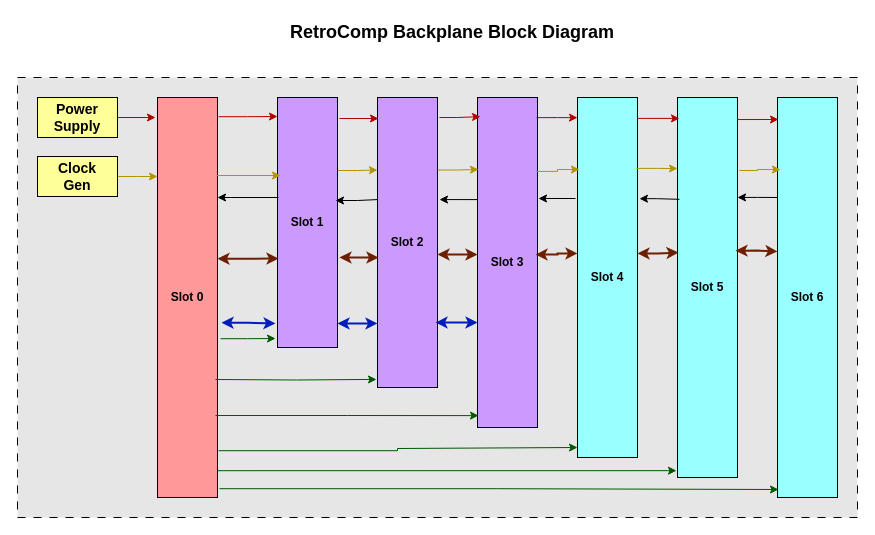
Before: docs/RetroComp-Backplane-Block-Diagram.drawio in dervish77/RetroComp, a draw.io diagram. Source tidied: cells renumbered, new cells numbered last; positions are measured from the earlier drawing's top-left corner, leaving out a move shared by most shapes. Both pictures are drawn from the tidied source at 100%, with x=0, y=0 at pixel (17, 17).
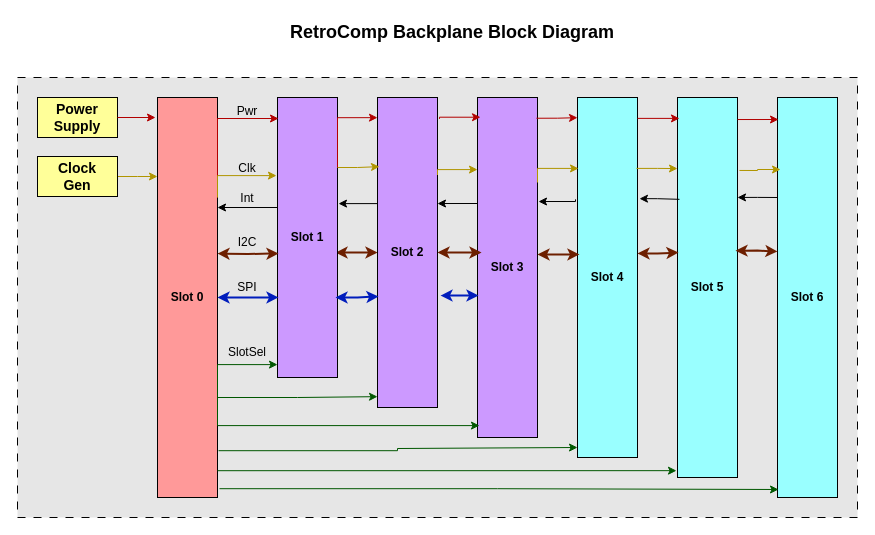
After the change.

Commit message (it also covers changes not shown here):
clean up of backplane diagram

The change refers to these unchanged cells:
```xml
<mxCell id="3" value="&lt;b&gt;Slot 0&lt;/b&gt;" style="rounded=0;whiteSpace=wrap;html=1;fillColor=#FF9999;" parent="1" vertex="1">
  <mxGeometry x="140" y="80" width="60" height="400" as="geometry" />
</mxCell>
<mxCell id="9" value="&lt;b&gt;Slot 4&lt;/b&gt;" style="rounded=0;whiteSpace=wrap;html=1;fillColor=#99FFFF;" parent="1" vertex="1">
  <mxGeometry x="560" y="80" width="60" height="360" as="geometry" />
</mxCell>
```

What changed in the source:
```diff
@@
-    <mxCell id="5" style="edgeStyle=orthogonalEdgeStyle;rounded=0;jettySize=auto;html=1;exitX=1;exitY=0.292;exitDx=0;exitDy=0;entryX=0;entryY=0.25;entryDx=0;entryDy=0;exitPerimeter=0;fillColor=#e3c800;strokeColor=#B09500;" parent="1" edge="1" source="6" target="7">
-      <mxGeometry relative="1" as="geometry" />
-    </mxCell>
+    <mxCell id="48" style="edgeStyle=orthogonalEdgeStyle;rounded=0;jettySize=auto;html=1;exitX=0.967;exitY=0.554;exitDx=0;exitDy=0;entryX=0;entryY=0.5;entryDx=0;entryDy=0;exitPerimeter=0;startArrow=classic;startFill=1;strokeWidth=2;fillColor=#a0522d;strokeColor=#6D1F00;" parent="1" edge="1" source="6" target="7">
+      <mxGeometry relative="1" as="geometry" />
+    </mxCell>
     <mxCell id="6" value="&lt;b&gt;Slot 1&lt;/b&gt;" style="rounded=0;whiteSpace=wrap;html=1;fillColor=#CC99FF;" parent="1" vertex="1">
-      <mxGeometry x="260" y="80" width="60" height="250" as="geometry" />
+      <mxGeometry x="260" y="80" width="60" height="280" as="geometry" />
     </mxCell>
     <mxCell id="7" value="&lt;b&gt;Slot 2&lt;/b&gt;" style="rounded=0;whiteSpace=wrap;html=1;fillColor=#CC99FF;" parent="1" vertex="1">
-      <mxGeometry x="360" y="80" width="60" height="290" as="geometry" />
+      <mxGeometry x="360" y="80" width="60" height="310" as="geometry" />
     </mxCell>
     <mxCell id="8" value="&lt;b&gt;Slot 3&lt;/b&gt;" style="rounded=0;whiteSpace=wrap;html=1;fillColor=#CC99FF;" parent="1" vertex="1">
-      <mxGeometry x="460" y="80" width="60" height="330" as="geometry" />
+      <mxGeometry x="460" y="80" width="60" height="340" as="geometry" />
     </mxCell>
@@
-    <mxCell id="20" style="edgeStyle=orthogonalEdgeStyle;rounded=0;jettySize=auto;html=1;exitX=0.967;exitY=0.795;exitDx=0;exitDy=0;entryX=0.017;entryY=0.964;entryDx=0;entryDy=0;entryPerimeter=0;exitPerimeter=0;fillColor=#008a00;strokeColor=#005700;" parent="1" edge="1" source="3" target="8">
-      <mxGeometry relative="1" as="geometry" />
-    </mxCell>
-    <mxCell id="21" style="edgeStyle=orthogonalEdgeStyle;rounded=0;orthogonalLoop=1;jettySize=auto;html=1;exitX=0.95;exitY=0.705;exitDx=0;exitDy=0;entryX=-0.033;entryY=0.972;entryDx=0;entryDy=0;entryPerimeter=0;exitPerimeter=0;fillColor=#008a00;strokeColor=#005700;" parent="1" edge="1">
-      <mxGeometry relative="1" as="geometry">
-        <mxPoint x="198" y="362" as="sourcePoint" />
-        <mxPoint x="359" y="361.9" as="targetPoint" />
-      </mxGeometry>
-    </mxCell>
-    <mxCell id="22" style="edgeStyle=orthogonalEdgeStyle;rounded=0;jettySize=auto;html=1;exitX=1.05;exitY=0.603;exitDx=0;exitDy=0;entryX=-0.033;entryY=0.964;entryDx=0;entryDy=0;entryPerimeter=0;exitPerimeter=0;fillColor=#008a00;strokeColor=#005700;" parent="1" edge="1" source="3" target="6">
-      <mxGeometry relative="1" as="geometry" />
-    </mxCell>
-    <mxCell id="23" style="edgeStyle=orthogonalEdgeStyle;rounded=0;jettySize=auto;html=1;exitX=1.067;exitY=0.563;exitDx=0;exitDy=0;entryX=-0.033;entryY=0.904;entryDx=0;entryDy=0;entryPerimeter=0;exitPerimeter=0;strokeWidth=2;fillColor=#0050ef;strokeColor=#001DBC;startArrow=classic;startFill=1;" parent="1" edge="1" source="3" target="6">
-      <mxGeometry relative="1" as="geometry" />
-    </mxCell>
-    <mxCell id="24" style="edgeStyle=orthogonalEdgeStyle;rounded=0;jettySize=auto;html=1;exitX=1.017;exitY=0.048;exitDx=0;exitDy=0;entryX=0;entryY=0.076;entryDx=0;entryDy=0;entryPerimeter=0;exitPerimeter=0;fillColor=#e51400;strokeColor=#B20000;" parent="1" edge="1" source="3" target="6">
-      <mxGeometry relative="1" as="geometry" />
-    </mxCell>
-    <mxCell id="25" style="edgeStyle=orthogonalEdgeStyle;rounded=0;jettySize=auto;html=1;exitX=1.033;exitY=0.084;exitDx=0;exitDy=0;entryX=0.017;entryY=0.069;entryDx=0;entryDy=0;entryPerimeter=0;exitPerimeter=0;fillColor=#e51400;strokeColor=#B20000;" parent="1" edge="1" source="6" target="7">
-      <mxGeometry relative="1" as="geometry" />
-    </mxCell>
     <mxCell id="26" style="edgeStyle=orthogonalEdgeStyle;rounded=0;jettySize=auto;html=1;exitX=1.033;exitY=0.069;exitDx=0;exitDy=0;entryX=0.05;entryY=0.058;entryDx=0;entryDy=0;entryPerimeter=0;exitPerimeter=0;fillColor=#e51400;strokeColor=#B20000;" parent="1" edge="1" source="7" target="8">
-      <mxGeometry relative="1" as="geometry" />
+      <mxGeometry relative="1" as="geometry">
+        <Array as="points">
+          <mxPoint x="422" y="100" />
+        </Array>
+      </mxGeometry>
     </mxCell>
@@
-    <mxCell id="30" style="edgeStyle=orthogonalEdgeStyle;rounded=0;jettySize=auto;html=1;exitX=0.983;exitY=0.195;exitDx=0;exitDy=0;entryX=0.05;entryY=0.312;entryDx=0;entryDy=0;entryPerimeter=0;exitPerimeter=0;fillColor=#e3c800;strokeColor=#B09500;" parent="1" edge="1" source="3" target="6">
-      <mxGeometry relative="1" as="geometry" />
-    </mxCell>
-    <mxCell id="31" style="edgeStyle=orthogonalEdgeStyle;rounded=0;jettySize=auto;html=1;exitX=1;exitY=0.25;exitDx=0;exitDy=0;entryX=0.017;entryY=0.218;entryDx=0;entryDy=0;entryPerimeter=0;fillColor=#e3c800;strokeColor=#B09500;" parent="1" edge="1" source="7" target="8">
-      <mxGeometry relative="1" as="geometry" />
-    </mxCell>
-    <mxCell id="32" style="edgeStyle=orthogonalEdgeStyle;rounded=0;jettySize=auto;html=1;exitX=0.983;exitY=0.224;exitDx=0;exitDy=0;entryX=0.033;entryY=0.2;entryDx=0;entryDy=0;entryPerimeter=0;exitPerimeter=0;fillColor=#e3c800;strokeColor=#B09500;" parent="1" edge="1" source="8" target="9">
-      <mxGeometry relative="1" as="geometry" />
-    </mxCell>
@@
-    <mxCell id="35" style="edgeStyle=orthogonalEdgeStyle;rounded=0;jettySize=auto;html=1;exitX=1;exitY=0.25;exitDx=0;exitDy=0;entryX=0.017;entryY=0.4;entryDx=0;entryDy=0;entryPerimeter=0;startArrow=classic;startFill=1;endArrow=none;endFill=0;" parent="1" edge="1" source="3" target="6">
-      <mxGeometry relative="1" as="geometry" />
-    </mxCell>
-    <mxCell id="36" style="edgeStyle=orthogonalEdgeStyle;rounded=0;jettySize=auto;html=1;exitX=0.967;exitY=0.412;exitDx=0;exitDy=0;entryX=0;entryY=0.352;entryDx=0;entryDy=0;entryPerimeter=0;exitPerimeter=0;startArrow=classic;startFill=1;endArrow=none;endFill=0;" parent="1" edge="1" source="6" target="7">
-      <mxGeometry relative="1" as="geometry" />
-    </mxCell>
-    <mxCell id="37" style="edgeStyle=orthogonalEdgeStyle;rounded=0;jettySize=auto;html=1;exitX=1.033;exitY=0.352;exitDx=0;exitDy=0;entryX=0;entryY=0.309;entryDx=0;entryDy=0;entryPerimeter=0;exitPerimeter=0;startArrow=classic;startFill=1;endArrow=none;endFill=0;" parent="1" edge="1" source="7" target="8">
-      <mxGeometry relative="1" as="geometry" />
-    </mxCell>
@@
-    <mxCell id="40" style="edgeStyle=orthogonalEdgeStyle;rounded=0;jettySize=auto;html=1;exitX=1;exitY=0.403;exitDx=0;exitDy=0;entryX=0.017;entryY=0.644;entryDx=0;entryDy=0;entryPerimeter=0;exitPerimeter=0;strokeWidth=2;startArrow=classic;startFill=1;fillColor=#a0522d;strokeColor=#6D1F00;" parent="1" edge="1" source="3" target="6">
-      <mxGeometry relative="1" as="geometry" />
-    </mxCell>
-    <mxCell id="41" style="edgeStyle=orthogonalEdgeStyle;rounded=0;jettySize=auto;html=1;exitX=1.033;exitY=0.64;exitDx=0;exitDy=0;entryX=0.017;entryY=0.552;entryDx=0;entryDy=0;entryPerimeter=0;exitPerimeter=0;strokeWidth=2;startArrow=classic;startFill=1;fillColor=#a0522d;strokeColor=#6D1F00;" parent="1" edge="1" source="6" target="7">
-      <mxGeometry relative="1" as="geometry" />
-    </mxCell>
-    <mxCell id="42" style="edgeStyle=orthogonalEdgeStyle;rounded=0;jettySize=auto;html=1;exitX=1;exitY=0.541;exitDx=0;exitDy=0;entryX=0;entryY=0.476;entryDx=0;entryDy=0;entryPerimeter=0;exitPerimeter=0;strokeWidth=2;startArrow=classic;startFill=1;fillColor=#a0522d;strokeColor=#6D1F00;" parent="1" edge="1" source="7" target="8">
-      <mxGeometry relative="1" as="geometry" />
-    </mxCell>
-    <mxCell id="43" style="edgeStyle=orthogonalEdgeStyle;rounded=0;jettySize=auto;html=1;exitX=0.967;exitY=0.476;exitDx=0;exitDy=0;entryX=0;entryY=0.433;entryDx=0;entryDy=0;entryPerimeter=0;exitPerimeter=0;strokeWidth=2;startArrow=classic;startFill=1;fillColor=#a0522d;strokeColor=#6D1F00;" parent="1" edge="1" source="8" target="9">
-      <mxGeometry relative="1" as="geometry" />
-    </mxCell>
@@
-    <mxCell id="46" style="edgeStyle=orthogonalEdgeStyle;rounded=0;jettySize=auto;html=1;exitX=1;exitY=0.904;exitDx=0;exitDy=0;entryX=0;entryY=0.779;entryDx=0;entryDy=0;entryPerimeter=0;exitPerimeter=0;strokeWidth=2;fillColor=#0050ef;strokeColor=#001DBC;startArrow=classic;startFill=1;" parent="1" edge="1" source="6" target="7">
-      <mxGeometry relative="1" as="geometry" />
-    </mxCell>
-    <mxCell id="47" style="edgeStyle=orthogonalEdgeStyle;rounded=0;jettySize=auto;html=1;exitX=0.967;exitY=0.776;exitDx=0;exitDy=0;entryX=0;entryY=0.682;entryDx=0;entryDy=0;entryPerimeter=0;exitPerimeter=0;startArrow=classic;startFill=1;fillColor=#0050ef;strokeColor=#001DBC;strokeWidth=2;" parent="1" edge="1" source="7" target="8">
-      <mxGeometry relative="1" as="geometry" />
-    </mxCell>
+    <mxCell id="49" style="edgeStyle=orthogonalEdgeStyle;rounded=0;jettySize=auto;html=1;exitX=1;exitY=0.75;exitDx=0;exitDy=0;entryX=0;entryY=0.965;entryDx=0;entryDy=0;entryPerimeter=0;fillColor=#008a00;strokeColor=#005700;" parent="1" edge="1" source="3" target="7">
+      <mxGeometry relative="1" as="geometry" />
+    </mxCell>
+    <mxCell id="50" style="edgeStyle=orthogonalEdgeStyle;rounded=0;jettySize=auto;html=1;exitX=1;exitY=0.75;exitDx=0;exitDy=0;entryX=0;entryY=0.954;entryDx=0;entryDy=0;entryPerimeter=0;fillColor=#008a00;strokeColor=#005700;" parent="1" edge="1" source="3" target="6">
+      <mxGeometry relative="1" as="geometry">
+        <Array as="points">
+          <mxPoint x="200" y="347" />
+        </Array>
+      </mxGeometry>
+    </mxCell>
+    <mxCell id="20" style="edgeStyle=orthogonalEdgeStyle;rounded=0;jettySize=auto;html=1;exitX=1;exitY=0.75;exitDx=0;exitDy=0;entryX=0.033;entryY=0.965;entryDx=0;entryDy=0;entryPerimeter=0;fillColor=#008a00;strokeColor=#005700;" parent="1" edge="1" source="3" target="8">
+      <mxGeometry relative="1" as="geometry">
+        <Array as="points">
+          <mxPoint x="200" y="408" />
+        </Array>
+      </mxGeometry>
+    </mxCell>
+    <mxCell id="51" style="edgeStyle=orthogonalEdgeStyle;rounded=0;jettySize=auto;html=1;exitX=1;exitY=0.25;exitDx=0;exitDy=0;entryX=0;entryY=0.065;entryDx=0;entryDy=0;entryPerimeter=0;fillColor=#e51400;strokeColor=#B20000;" parent="1" edge="1" source="6" target="7">
+      <mxGeometry relative="1" as="geometry">
+        <Array as="points">
+          <mxPoint x="320" y="100" />
+        </Array>
+      </mxGeometry>
+    </mxCell>
+    <mxCell id="52" style="edgeStyle=orthogonalEdgeStyle;rounded=0;jettySize=auto;html=1;exitX=1;exitY=0.25;exitDx=0;exitDy=0;entryX=0.017;entryY=0.075;entryDx=0;entryDy=0;entryPerimeter=0;fillColor=#e51400;strokeColor=#B20000;" parent="1" edge="1" source="3" target="6">
+      <mxGeometry relative="1" as="geometry">
+        <Array as="points">
+          <mxPoint x="200" y="101" />
+        </Array>
+      </mxGeometry>
+    </mxCell>
+    <mxCell id="53" style="edgeStyle=orthogonalEdgeStyle;rounded=0;jettySize=auto;html=1;exitX=1;exitY=0.25;exitDx=0;exitDy=0;entryX=0.017;entryY=0.197;entryDx=0;entryDy=0;entryPerimeter=0;fillColor=#e3c800;strokeColor=#B09500;" parent="1" edge="1" source="8" target="9">
+      <mxGeometry relative="1" as="geometry">
+        <Array as="points">
+          <mxPoint x="520" y="151" />
+        </Array>
+      </mxGeometry>
+    </mxCell>
+    <mxCell id="54" style="edgeStyle=orthogonalEdgeStyle;rounded=0;jettySize=auto;html=1;exitX=1;exitY=0.25;exitDx=0;exitDy=0;entryX=0;entryY=0.212;entryDx=0;entryDy=0;entryPerimeter=0;fillColor=#e3c800;strokeColor=#B09500;" parent="1" edge="1" source="7" target="8">
+      <mxGeometry relative="1" as="geometry">
+        <Array as="points">
+          <mxPoint x="420" y="152" />
+        </Array>
+      </mxGeometry>
+    </mxCell>
+    <mxCell id="55" style="edgeStyle=orthogonalEdgeStyle;rounded=0;jettySize=auto;html=1;exitX=1;exitY=0.25;exitDx=0;exitDy=0;entryX=0.033;entryY=0.223;entryDx=0;entryDy=0;entryPerimeter=0;fillColor=#e3c800;strokeColor=#B09500;" parent="1" edge="1" source="6" target="7">
+      <mxGeometry relative="1" as="geometry" />
+    </mxCell>
+    <mxCell id="56" style="edgeStyle=orthogonalEdgeStyle;rounded=0;jettySize=auto;html=1;exitX=1;exitY=0.25;exitDx=0;exitDy=0;entryX=-0.017;entryY=0.279;entryDx=0;entryDy=0;entryPerimeter=0;fillColor=#e3c800;strokeColor=#B09500;" parent="1" edge="1" source="3" target="6">
+      <mxGeometry relative="1" as="geometry">
+        <Array as="points">
+          <mxPoint x="200" y="158" />
+        </Array>
+      </mxGeometry>
+    </mxCell>
+    <mxCell id="57" style="edgeStyle=orthogonalEdgeStyle;rounded=0;jettySize=auto;html=1;exitX=0;exitY=0.25;exitDx=0;exitDy=0;entryX=1;entryY=0.342;entryDx=0;entryDy=0;entryPerimeter=0;" parent="1" edge="1" source="8" target="7">
+      <mxGeometry relative="1" as="geometry">
+        <Array as="points">
+          <mxPoint x="460" y="186" />
+        </Array>
+      </mxGeometry>
+    </mxCell>
+    <mxCell id="58" style="edgeStyle=orthogonalEdgeStyle;rounded=0;jettySize=auto;html=1;exitX=0;exitY=0.25;exitDx=0;exitDy=0;entryX=1.017;entryY=0.379;entryDx=0;entryDy=0;entryPerimeter=0;" parent="1" edge="1" source="7" target="6">
+      <mxGeometry relative="1" as="geometry">
+        <Array as="points">
+          <mxPoint x="360" y="186" />
+        </Array>
+      </mxGeometry>
+    </mxCell>
+    <mxCell id="59" style="edgeStyle=orthogonalEdgeStyle;rounded=0;jettySize=auto;html=1;exitX=0;exitY=0.25;exitDx=0;exitDy=0;entryX=1;entryY=0.275;entryDx=0;entryDy=0;entryPerimeter=0;" parent="1" edge="1" source="6" target="3">
+      <mxGeometry relative="1" as="geometry">
+        <Array as="points">
+          <mxPoint x="260" y="190" />
+        </Array>
+      </mxGeometry>
+    </mxCell>
+    <mxCell id="60" style="edgeStyle=orthogonalEdgeStyle;rounded=0;jettySize=auto;html=1;entryX=0.033;entryY=0.436;entryDx=0;entryDy=0;entryPerimeter=0;strokeWidth=2;fillColor=#a0522d;strokeColor=#6D1F00;startArrow=classic;startFill=1;" parent="1" edge="1" target="9">
+      <mxGeometry relative="1" as="geometry">
+        <mxPoint x="520" y="237" as="sourcePoint" />
+        <Array as="points">
+          <mxPoint x="520" y="237" />
+        </Array>
+      </mxGeometry>
+    </mxCell>
+    <mxCell id="61" style="edgeStyle=orthogonalEdgeStyle;rounded=0;jettySize=auto;html=1;exitX=1;exitY=0.5;exitDx=0;exitDy=0;entryX=0.067;entryY=0.456;entryDx=0;entryDy=0;entryPerimeter=0;startArrow=classic;startFill=1;fillColor=#a0522d;strokeColor=#6D1F00;strokeWidth=2;" parent="1" edge="1" source="7" target="8">
+      <mxGeometry relative="1" as="geometry" />
+    </mxCell>
+    <mxCell id="62" style="edgeStyle=orthogonalEdgeStyle;rounded=0;jettySize=auto;html=1;entryX=0.017;entryY=0.557;entryDx=0;entryDy=0;entryPerimeter=0;fillColor=#a0522d;strokeColor=#6D1F00;strokeWidth=2;startArrow=classic;startFill=1;" parent="1" edge="1" target="6">
+      <mxGeometry relative="1" as="geometry">
+        <mxPoint x="200" y="236" as="sourcePoint" />
+      </mxGeometry>
+    </mxCell>
+    <mxCell id="63" style="edgeStyle=orthogonalEdgeStyle;rounded=0;jettySize=auto;html=1;exitX=1;exitY=0.5;exitDx=0;exitDy=0;entryX=0.017;entryY=0.714;entryDx=0;entryDy=0;entryPerimeter=0;startArrow=classic;startFill=1;fillColor=#0050ef;strokeColor=#001DBC;strokeWidth=2;" parent="1" edge="1" source="3" target="6">
+      <mxGeometry relative="1" as="geometry" />
+    </mxCell>
+    <mxCell id="64" style="edgeStyle=orthogonalEdgeStyle;rounded=0;jettySize=auto;html=1;exitX=0.967;exitY=0.714;exitDx=0;exitDy=0;entryX=0.017;entryY=0.642;entryDx=0;entryDy=0;entryPerimeter=0;exitPerimeter=0;strokeWidth=2;startArrow=classic;startFill=1;fillColor=#0050ef;strokeColor=#001DBC;" parent="1" edge="1" source="6" target="7">
+      <mxGeometry relative="1" as="geometry" />
+    </mxCell>
+    <mxCell id="65" style="edgeStyle=orthogonalEdgeStyle;rounded=0;jettySize=auto;html=1;exitX=1.05;exitY=0.639;exitDx=0;exitDy=0;entryX=0.017;entryY=0.582;entryDx=0;entryDy=0;entryPerimeter=0;exitPerimeter=0;fillColor=#0050ef;strokeColor=#001DBC;strokeWidth=2;startArrow=classic;startFill=1;" parent="1" edge="1" source="7" target="8">
+      <mxGeometry relative="1" as="geometry" />
+    </mxCell>
+    <mxCell id="66" value="Pwr" style="text;html=1;align=center;verticalAlign=middle;whiteSpace=wrap;rounded=0;" parent="1" vertex="1">
+      <mxGeometry x="200" y="79" width="60" height="30" as="geometry" />
+    </mxCell>
+    <mxCell id="67" value="Clk" style="text;html=1;align=center;verticalAlign=middle;whiteSpace=wrap;rounded=0;" parent="1" vertex="1">
+      <mxGeometry x="200" y="136" width="60" height="30" as="geometry" />
+    </mxCell>
+    <mxCell id="68" value="Int" style="text;html=1;align=center;verticalAlign=middle;whiteSpace=wrap;rounded=0;" parent="1" vertex="1">
+      <mxGeometry x="200" y="166" width="60" height="30" as="geometry" />
+    </mxCell>
+    <mxCell id="69" value="I2C" style="text;html=1;align=center;verticalAlign=middle;whiteSpace=wrap;rounded=0;" parent="1" vertex="1">
+      <mxGeometry x="200" y="210" width="60" height="30" as="geometry" />
+    </mxCell>
+    <mxCell id="70" value="SPI" style="text;html=1;align=center;verticalAlign=middle;whiteSpace=wrap;rounded=0;" parent="1" vertex="1">
+      <mxGeometry x="200" y="255" width="60" height="30" as="geometry" />
+    </mxCell>
+    <mxCell id="71" value="SlotSel" style="text;html=1;align=center;verticalAlign=middle;whiteSpace=wrap;rounded=0;" parent="1" vertex="1">
+      <mxGeometry x="200" y="320" width="60" height="30" as="geometry" />
+    </mxCell>
```
